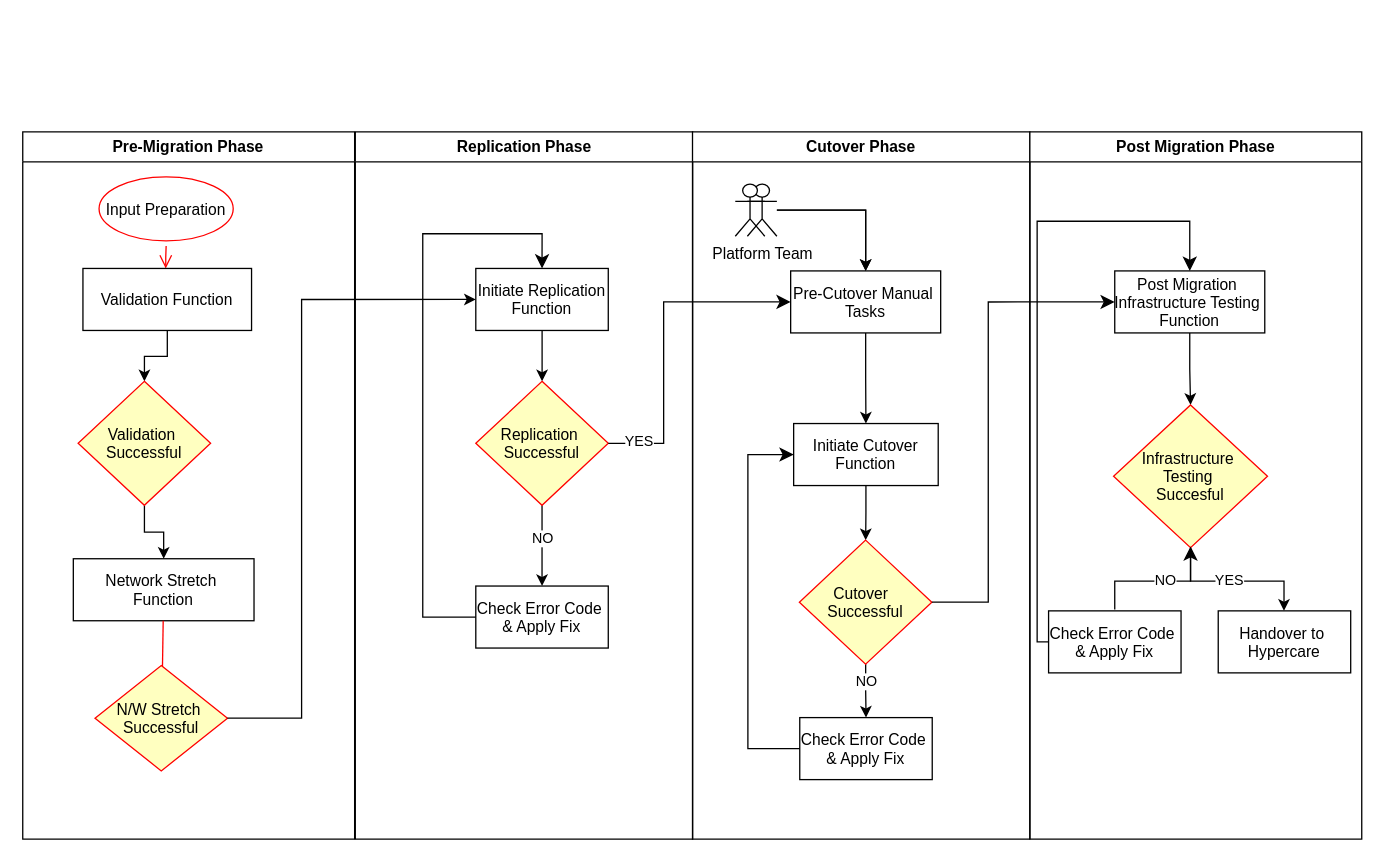
Earlier version of the draw.io diagram page "Page-1" (1 of 2) of Untitled Diagram.drawio (ShoMat9/DrawIO). Source tidied: cells renumbered, new cells numbered last; positions are measured from the earlier drawing's top-left corner, leaving out a move shared by most shapes. Both pictures are drawn from the tidied source at 130%, with x=0, y=0 at pixel (22, 22).
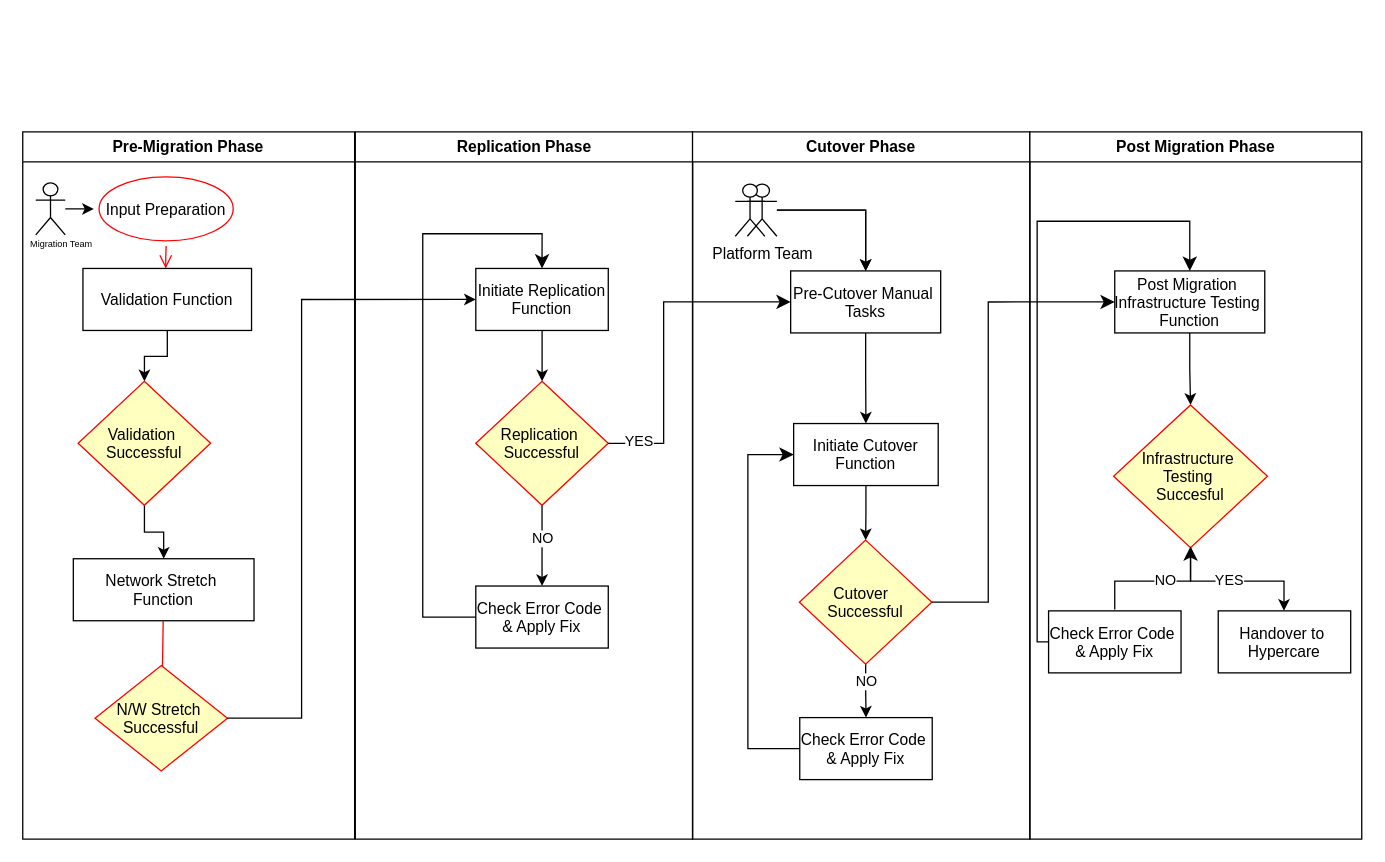
Above is the later version.

The change refers to these unchanged cells:
```xml
<mxCell id="3" value="Pre-Migration Phase" style="swimlane;whiteSpace=wrap;fillColor=#FFFFFF;" parent="2" vertex="1">
  <mxGeometry y="84" width="255.3" height="544" as="geometry" />
</mxCell>
<mxCell id="4" value="Input Preparation" style="ellipse;shape=startState;fillColor=#FFFFFF;strokeColor=#ff0000;" parent="3" vertex="1">
  <mxGeometry x="54.7" y="30.5" width="111.2" height="57.3" as="geometry" />
</mxCell>
```

Change to the diagram source:
```diff
@@
+    <mxCell id="50" style="edgeStyle=orthogonalEdgeStyle;rounded=0;jettySize=auto;html=1;" parent="3" edge="1" source="51" target="4">
+      <mxGeometry relative="1" as="geometry" />
+    </mxCell>
+    <mxCell id="51" style="shape=umlActor;verticalLabelPosition=bottom;verticalAlign=top;html=1;outlineConnect=0;" parent="3" vertex="1">
+      <mxGeometry x="10" y="39.1" width="22.7" height="40.1" as="geometry" />
+    </mxCell>
+    <mxCell id="52" value="&lt;font style=&quot;font-size: 7px;&quot;&gt;Migration Team&lt;/font&gt;" style="text;html=1;align=center;verticalAlign=middle;whiteSpace=wrap;rounded=0;" parent="3" vertex="1">
+      <mxGeometry y="79.2" width="60" height="10.8" as="geometry" />
+    </mxCell>
```
